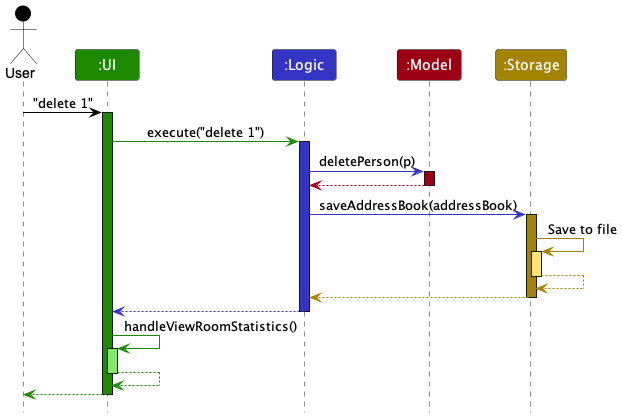
Before: docs/images/PieChartSequenceDiagram.png, a diagram exported from PlantUML (nus-cs2103-AY2324S1/tp).
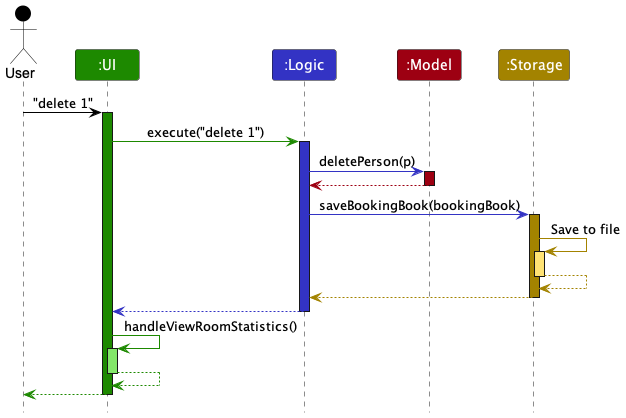
After the change.

What changed in the source:
```diff
@@ -20,7 +20,7 @@
 model -[MODEL_COLOR]-> logic
 deactivate model
 
-logic -[LOGIC_COLOR]> storage : saveAddressBook(addressBook)
+logic -[LOGIC_COLOR]> storage : saveBookingBook(bookingBook)
 activate storage STORAGE_COLOR
 
 storage -[STORAGE_COLOR]> storage : Save to file
```
